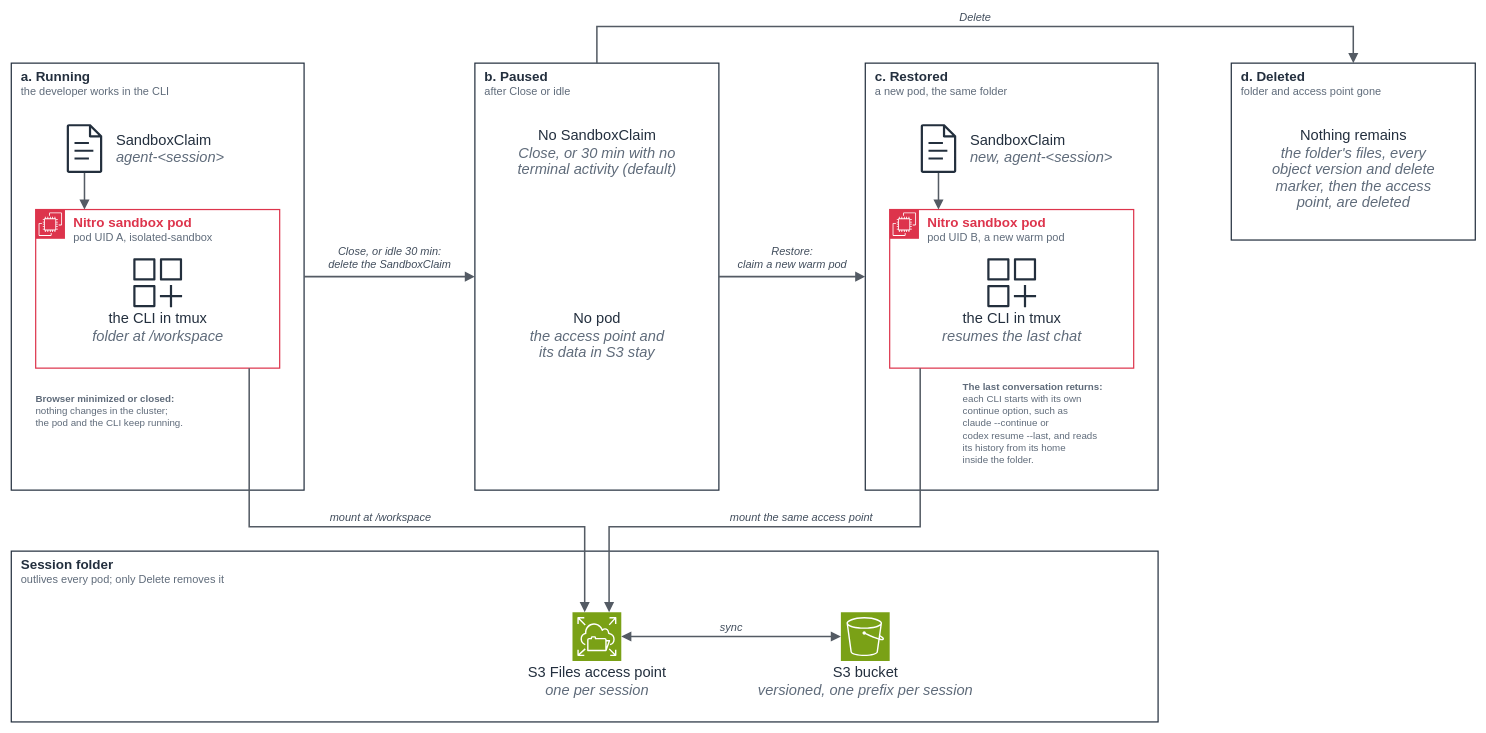
Before: examples/ai-agents/coding-agents-for-developers/figures/session-lifecycle.drawio in aws-samples/sample-eks-nitro-sandbox, a draw.io diagram. Source tidied: cells renumbered, new cells numbered last; positions are measured from the earlier drawing's top-left corner, leaving out a move shared by most shapes. Both pictures are drawn from the tidied source at 61%, with x=0, y=0 at pixel (11, 26).
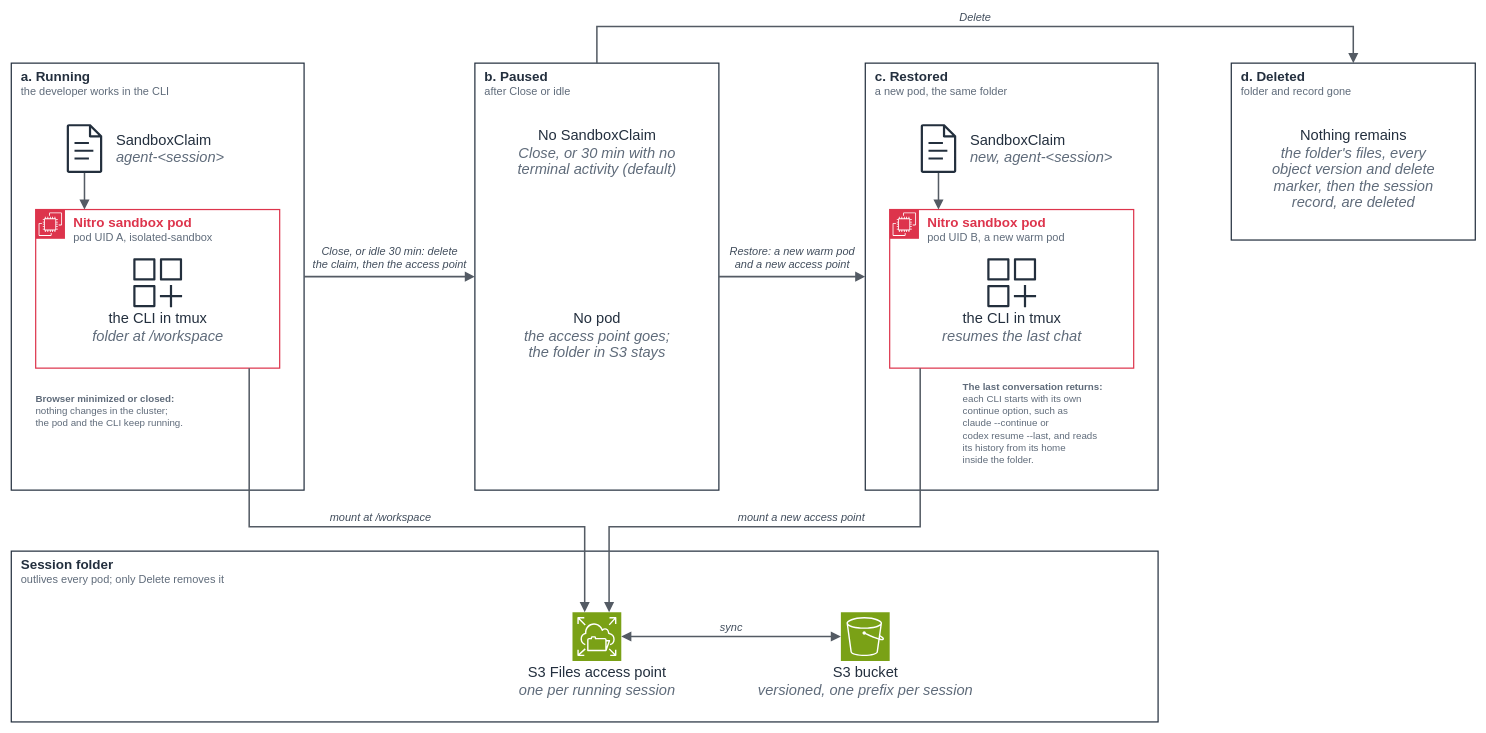
The same diagram, later.

Unchanged cells that the change refers to:
```xml
<mxCell id="2" value="&lt;div style=&quot;font-size:22px;line-height:26.40px&quot;&gt;a. Running&lt;/div&gt;&lt;div style=&quot;font-size:18px;line-height:22px&quot;&gt;&lt;span style=&quot;font-weight:normal&quot;&gt;&lt;span style=&quot;color:#5F6B7A&quot;&gt;the developer works in the CLI&lt;/span&gt;&lt;/span&gt;&lt;/div&gt;" style="rounded=0;html=1;whiteSpace=nowrap;strokeColor=#232F3E;fillColor=none;strokeWidth=2;dashed=0;verticalAlign=top;align=left;spacing=0;spacingLeft=16;spacingTop=4;fontSize=14;fontStyle=1;fontColor=#232F3E;fontFamily=Arial,Helvetica,sans-serif;" parent="1" vertex="1">
  <mxGeometry y="60" width="480" height="700" as="geometry" />
</mxCell>
<mxCell id="9" value="&lt;div style=&quot;font-size:22px;line-height:26.40px&quot;&gt;b. Paused&lt;/div&gt;&lt;div style=&quot;font-size:18px;line-height:22px&quot;&gt;&lt;span style=&quot;font-weight:normal&quot;&gt;&lt;span style=&quot;color:#5F6B7A&quot;&gt;after Close or idle&lt;/span&gt;&lt;/span&gt;&lt;/div&gt;" style="rounded=0;html=1;whiteSpace=nowrap;strokeColor=#232F3E;fillColor=none;strokeWidth=2;dashed=0;verticalAlign=top;align=left;spacing=0;spacingLeft=16;spacingTop=4;fontSize=14;fontStyle=1;fontColor=#232F3E;fontFamily=Arial,Helvetica,sans-serif;" parent="1" vertex="1">
  <mxGeometry x="760" y="60" width="400" height="700" as="geometry" />
</mxCell>
<mxCell id="12" value="&lt;div style=&quot;font-size:22px;line-height:26.40px&quot;&gt;c. Restored&lt;/div&gt;&lt;div style=&quot;font-size:18px;line-height:22px&quot;&gt;&lt;span style=&quot;font-weight:normal&quot;&gt;&lt;span style=&quot;color:#5F6B7A&quot;&gt;a new pod, the same folder&lt;/span&gt;&lt;/span&gt;&lt;/div&gt;" style="rounded=0;html=1;whiteSpace=nowrap;strokeColor=#232F3E;fillColor=none;strokeWidth=2;dashed=0;verticalAlign=top;align=left;spacing=0;spacingLeft=16;spacingTop=4;fontSize=14;fontStyle=1;fontColor=#232F3E;fontFamily=Arial,Helvetica,sans-serif;" parent="1" vertex="1">
  <mxGeometry x="1400" y="60" width="480" height="700" as="geometry" />
</mxCell>
<mxCell id="14" value="&lt;div style=&quot;font-size:22px;line-height:26.40px&quot;&gt;Nitro sandbox pod&lt;/div&gt;&lt;div style=&quot;font-size:18px;line-height:22px&quot;&gt;&lt;span style=&quot;font-weight:normal&quot;&gt;&lt;span style=&quot;color:#5F6B7A&quot;&gt;pod UID B, a new warm pod&lt;/span&gt;&lt;/span&gt;&lt;/div&gt;" style="rounded=0;html=1;whiteSpace=nowrap;strokeColor=#DD344C;fillColor=none;strokeWidth=2;dashed=0;verticalAlign=top;align=left;spacing=0;spacingLeft=62;spacingTop=4;fontSize=14;fontStyle=1;fontColor=#DD344C;fontFamily=Arial,Helvetica,sans-serif;" parent="1" vertex="1">
  <mxGeometry x="1440" y="300" width="400" height="260" as="geometry" />
</mxCell>
```

What changed in the source:
```diff
@@
-    <mxCell id="11" value="&lt;div style=&quot;line-height:28.80px&quot;&gt;No pod&lt;/div&gt;&lt;div style=&quot;line-height:27.20px&quot;&gt;&lt;i&gt;&lt;span style=&quot;color:#5F6B7A&quot;&gt;the access point and&lt;/span&gt;&lt;/i&gt;&lt;/div&gt;&lt;div style=&quot;line-height:27.20px&quot;&gt;&lt;i&gt;&lt;span style=&quot;color:#5F6B7A&quot;&gt;its data in S3 stay&lt;/span&gt;&lt;/i&gt;&lt;/div&gt;" style="text;html=1;strokeColor=none;fillColor=none;align=center;verticalAlign=top;whiteSpace=nowrap;rounded=0;spacing=0;fontSize=24;fontColor=#232F3E;fontFamily=Arial,Helvetica,sans-serif;" parent="1" vertex="1">
+    <mxCell id="11" value="&lt;div style=&quot;line-height:28.80px&quot;&gt;No pod&lt;/div&gt;&lt;div style=&quot;line-height:27.20px&quot;&gt;&lt;i&gt;&lt;span style=&quot;color:#5F6B7A&quot;&gt;the access point goes;&lt;/span&gt;&lt;/i&gt;&lt;/div&gt;&lt;div style=&quot;line-height:27.20px&quot;&gt;&lt;i&gt;&lt;span style=&quot;color:#5F6B7A&quot;&gt;the folder in S3 stays&lt;/span&gt;&lt;/i&gt;&lt;/div&gt;" style="text;html=1;strokeColor=none;fillColor=none;align=center;verticalAlign=top;whiteSpace=nowrap;rounded=0;spacing=0;fontSize=24;fontColor=#232F3E;fontFamily=Arial,Helvetica,sans-serif;" parent="1" vertex="1">
       <mxGeometry x="800" y="460" width="320" height="90" as="geometry" />
     </mxCell>
@@
-    <mxCell id="19" value="&lt;div style=&quot;font-size:22px;line-height:26.40px&quot;&gt;d. Deleted&lt;/div&gt;&lt;div style=&quot;font-size:18px;line-height:22px&quot;&gt;&lt;span style=&quot;font-weight:normal&quot;&gt;&lt;span style=&quot;color:#5F6B7A&quot;&gt;folder and access point gone&lt;/span&gt;&lt;/span&gt;&lt;/div&gt;" style="rounded=0;html=1;whiteSpace=nowrap;strokeColor=#232F3E;fillColor=none;strokeWidth=2;dashed=0;verticalAlign=top;align=left;spacing=0;spacingLeft=16;spacingTop=4;fontSize=14;fontStyle=1;fontColor=#232F3E;fontFamily=Arial,Helvetica,sans-serif;" parent="1" vertex="1">
+    <mxCell id="19" value="&lt;div style=&quot;font-size:22px;line-height:26.40px&quot;&gt;d. Deleted&lt;/div&gt;&lt;div style=&quot;font-size:18px;line-height:22px&quot;&gt;&lt;span style=&quot;font-weight:normal&quot;&gt;&lt;span style=&quot;color:#5F6B7A&quot;&gt;folder and record gone&lt;/span&gt;&lt;/span&gt;&lt;/div&gt;" style="rounded=0;html=1;whiteSpace=nowrap;strokeColor=#232F3E;fillColor=none;strokeWidth=2;dashed=0;verticalAlign=top;align=left;spacing=0;spacingLeft=16;spacingTop=4;fontSize=14;fontStyle=1;fontColor=#232F3E;fontFamily=Arial,Helvetica,sans-serif;" parent="1" vertex="1">
       <mxGeometry x="2000" y="60" width="400" height="290" as="geometry" />
     </mxCell>
-    <mxCell id="20" value="&lt;div style=&quot;line-height:28.80px&quot;&gt;Nothing remains&lt;/div&gt;&lt;div style=&quot;line-height:27.20px&quot;&gt;&lt;i&gt;&lt;span style=&quot;color:#5F6B7A&quot;&gt;the folder's files, every&lt;/span&gt;&lt;/i&gt;&lt;/div&gt;&lt;div style=&quot;line-height:27.20px&quot;&gt;&lt;i&gt;&lt;span style=&quot;color:#5F6B7A&quot;&gt;object version and delete&lt;/span&gt;&lt;/i&gt;&lt;/div&gt;&lt;div style=&quot;line-height:27.20px&quot;&gt;&lt;i&gt;&lt;span style=&quot;color:#5F6B7A&quot;&gt;marker, then the access&lt;/span&gt;&lt;/i&gt;&lt;/div&gt;&lt;div style=&quot;line-height:27.20px&quot;&gt;&lt;i&gt;&lt;span style=&quot;color:#5F6B7A&quot;&gt;point, are deleted&lt;/span&gt;&lt;/i&gt;&lt;/div&gt;" style="text;html=1;strokeColor=none;fillColor=none;align=center;verticalAlign=top;whiteSpace=nowrap;rounded=0;spacing=0;fontSize=24;fontColor=#232F3E;fontFamily=Arial,Helvetica,sans-serif;" parent="1" vertex="1">
+    <mxCell id="20" value="&lt;div style=&quot;line-height:28.80px&quot;&gt;Nothing remains&lt;/div&gt;&lt;div style=&quot;line-height:27.20px&quot;&gt;&lt;i&gt;&lt;span style=&quot;color:#5F6B7A&quot;&gt;the folder's files, every&lt;/span&gt;&lt;/i&gt;&lt;/div&gt;&lt;div style=&quot;line-height:27.20px&quot;&gt;&lt;i&gt;&lt;span style=&quot;color:#5F6B7A&quot;&gt;object version and delete&lt;/span&gt;&lt;/i&gt;&lt;/div&gt;&lt;div style=&quot;line-height:27.20px&quot;&gt;&lt;i&gt;&lt;span style=&quot;color:#5F6B7A&quot;&gt;marker, then the session&lt;/span&gt;&lt;/i&gt;&lt;/div&gt;&lt;div style=&quot;line-height:27.20px&quot;&gt;&lt;i&gt;&lt;span style=&quot;color:#5F6B7A&quot;&gt;record, are deleted&lt;/span&gt;&lt;/i&gt;&lt;/div&gt;" style="text;html=1;strokeColor=none;fillColor=none;align=center;verticalAlign=top;whiteSpace=nowrap;rounded=0;spacing=0;fontSize=24;fontColor=#232F3E;fontFamily=Arial,Helvetica,sans-serif;" parent="1" vertex="1">
       <mxGeometry x="2040" y="160" width="320" height="140" as="geometry" />
     </mxCell>
@@
-    <mxCell id="22" value="&lt;div style=&quot;line-height:28.80px&quot;&gt;S3 Files access point&lt;/div&gt;&lt;div style=&quot;line-height:27.20px&quot;&gt;&lt;i&gt;&lt;span style=&quot;color:#5F6B7A&quot;&gt;one per session&lt;/span&gt;&lt;/i&gt;&lt;/div&gt;" style="sketch=0;outlineConnect=0;fontColor=#232F3E;gradientColor=none;fillColor=#7AA116;strokeColor=#ffffff;dashed=0;verticalLabelPosition=bottom;verticalAlign=top;align=center;html=1;shape=mxgraph.aws4.resourceIcon;resIcon=mxgraph.aws4.elastic_file_system;spacing=0;fontSize=24;fontStyle=0;fontFamily=Arial,Helvetica,sans-serif;" parent="1" vertex="1">
+    <mxCell id="22" value="&lt;div style=&quot;line-height:28.80px&quot;&gt;S3 Files access point&lt;/div&gt;&lt;div style=&quot;line-height:27.20px&quot;&gt;&lt;i&gt;&lt;span style=&quot;color:#5F6B7A&quot;&gt;one per running session&lt;/span&gt;&lt;/i&gt;&lt;/div&gt;" style="sketch=0;outlineConnect=0;fontColor=#232F3E;gradientColor=none;fillColor=#7AA116;strokeColor=#ffffff;dashed=0;verticalLabelPosition=bottom;verticalAlign=top;align=center;html=1;shape=mxgraph.aws4.resourceIcon;resIcon=mxgraph.aws4.elastic_file_system;spacing=0;fontSize=24;fontStyle=0;fontFamily=Arial,Helvetica,sans-serif;" parent="1" vertex="1">
       <mxGeometry x="920" y="960" width="80" height="80" as="geometry" />
     </mxCell>
@@
-    <mxCell id="26" value="mount the same access point" style="edgeStyle=orthogonalEdgeStyle;rounded=0;html=1;strokeColor=#545B64;strokeWidth=2.5;dashed=0;endArrow=block;endFill=1;endSize=10;startArrow=none;exitX=0.125;exitY=1;exitDx=0;exitDy=0;entryX=0.75;entryY=0;entryDx=0;entryDy=0;fontSize=18;fontStyle=2;fontColor=#414D5C;fontFamily=Arial,Helvetica,sans-serif;labelBackgroundColor=none;" parent="1" edge="1" source="14" target="22">
+    <mxCell id="26" value="mount a new access point" style="edgeStyle=orthogonalEdgeStyle;rounded=0;html=1;strokeColor=#545B64;strokeWidth=2.5;dashed=0;endArrow=block;endFill=1;endSize=10;startArrow=none;exitX=0.125;exitY=1;exitDx=0;exitDy=0;entryX=0.75;entryY=0;entryDx=0;entryDy=0;fontSize=18;fontStyle=2;fontColor=#414D5C;fontFamily=Arial,Helvetica,sans-serif;labelBackgroundColor=none;" parent="1" edge="1" source="14" target="22">
       <mxGeometry relative="1" as="geometry">
         <Array as="points">
           <mxPoint x="1490" y="820" />
           <mxPoint x="980" y="820" />
         </Array>
         <mxPoint y="-15" as="offset" />
       </mxGeometry>
     </mxCell>
-    <mxCell id="27" value="Close, or idle 30 min:&lt;br&gt;delete the SandboxClaim" style="edgeStyle=orthogonalEdgeStyle;rounded=0;html=1;strokeColor=#545B64;strokeWidth=2.5;dashed=0;endArrow=block;endFill=1;endSize=10;startArrow=none;exitX=1;exitY=0.5;exitDx=0;exitDy=0;entryX=0;entryY=0.5;entryDx=0;entryDy=0;fontSize=18;fontStyle=2;fontColor=#414D5C;fontFamily=Arial,Helvetica,sans-serif;labelBackgroundColor=none;" parent="1" edge="1" source="2" target="9">
+    <mxCell id="27" value="Close, or idle 30 min: delete&lt;br&gt;the claim, then the access point" style="edgeStyle=orthogonalEdgeStyle;rounded=0;html=1;strokeColor=#545B64;strokeWidth=2.5;dashed=0;endArrow=block;endFill=1;endSize=10;startArrow=none;exitX=1;exitY=0.5;exitDx=0;exitDy=0;entryX=0;entryY=0.5;entryDx=0;entryDy=0;fontSize=18;fontStyle=2;fontColor=#414D5C;fontFamily=Arial,Helvetica,sans-serif;labelBackgroundColor=none;" parent="1" edge="1" source="2" target="9">
       <mxGeometry relative="1" as="geometry">
         <mxPoint y="-30" as="offset" />
       </mxGeometry>
     </mxCell>
-    <mxCell id="28" value="Restore:&lt;br&gt;claim a new warm pod" style="edgeStyle=orthogonalEdgeStyle;rounded=0;html=1;strokeColor=#545B64;strokeWidth=2.5;dashed=0;endArrow=block;endFill=1;endSize=10;startArrow=none;exitX=1;exitY=0.5;exitDx=0;exitDy=0;entryX=0;entryY=0.5;entryDx=0;entryDy=0;fontSize=18;fontStyle=2;fontColor=#414D5C;fontFamily=Arial,Helvetica,sans-serif;labelBackgroundColor=none;" parent="1" edge="1" source="9" target="12">
+    <mxCell id="28" value="Restore: a new warm pod&lt;br&gt;and a new access point" style="edgeStyle=orthogonalEdgeStyle;rounded=0;html=1;strokeColor=#545B64;strokeWidth=2.5;dashed=0;endArrow=block;endFill=1;endSize=10;startArrow=none;exitX=1;exitY=0.5;exitDx=0;exitDy=0;entryX=0;entryY=0.5;entryDx=0;entryDy=0;fontSize=18;fontStyle=2;fontColor=#414D5C;fontFamily=Arial,Helvetica,sans-serif;labelBackgroundColor=none;" parent="1" edge="1" source="9" target="12">
       <mxGeometry relative="1" as="geometry">
         <mxPoint y="-30" as="offset" />
       </mxGeometry>
     </mxCell>
```
